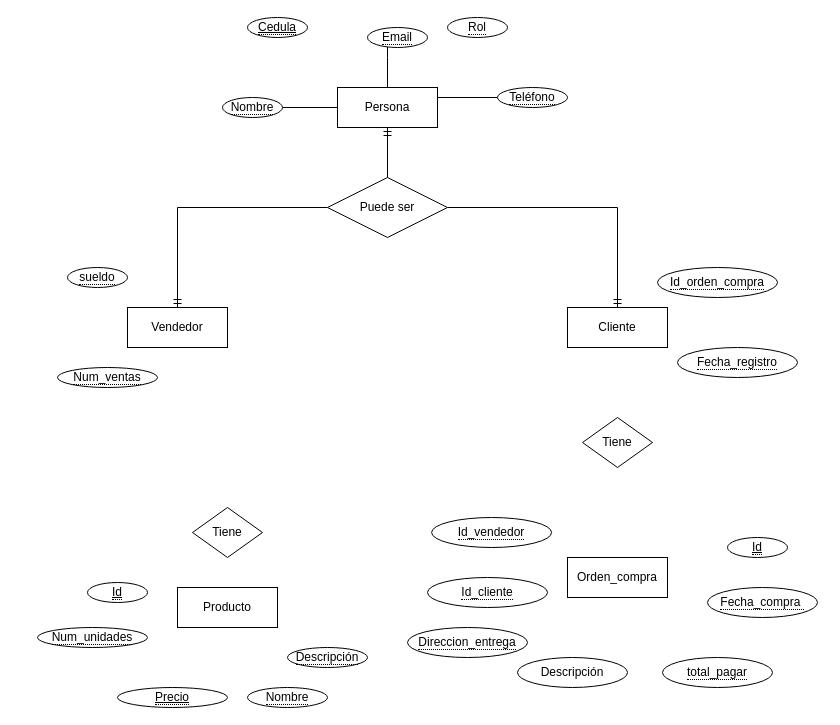
Before: Diagrama sin título.drawio in leonyudithk/Bakery-Shop, a draw.io diagram. Source tidied: cells renumbered, new cells numbered last; positions are measured from the earlier drawing's top-left corner, leaving out a move shared by most shapes. Both pictures are drawn from the tidied source at 100%, with x=0, y=0 at pixel (37, 17).
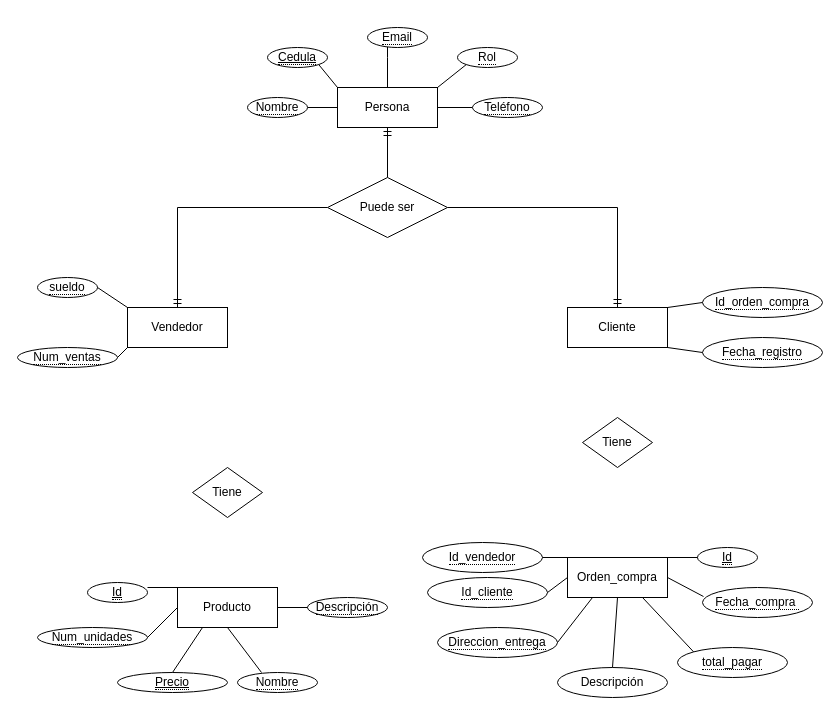
Above is the later version.

The change refers to these unchanged cells:
```xml
<mxCell id="2" value="Persona" style="whiteSpace=wrap;html=1;align=center;" parent="1" vertex="1">
  <mxGeometry x="300" y="70" width="100" height="40" as="geometry" />
</mxCell>
<mxCell id="3" value="Vendedor" style="whiteSpace=wrap;html=1;align=center;" parent="1" vertex="1">
  <mxGeometry x="90" y="290" width="100" height="40" as="geometry" />
</mxCell>
<mxCell id="4" value="Producto" style="whiteSpace=wrap;html=1;align=center;" parent="1" vertex="1">
  <mxGeometry x="140" y="570" width="100" height="40" as="geometry" />
</mxCell>
<mxCell id="5" value="Orden_compra" style="whiteSpace=wrap;html=1;align=center;" parent="1" vertex="1">
  <mxGeometry x="530" y="540" width="100" height="40" as="geometry" />
</mxCell>
<mxCell id="10" value="Cliente" style="whiteSpace=wrap;html=1;align=center;" parent="1" vertex="1">
  <mxGeometry x="530" y="290" width="100" height="40" as="geometry" />
</mxCell>
<mxCell id="29" value="&lt;span style=&quot;border-bottom: 1px dotted&quot;&gt;Id_cliente&lt;/span&gt;" style="ellipse;whiteSpace=wrap;html=1;align=center;rotation=0;" parent="1" vertex="1">
  <mxGeometry x="390" y="560" width="120" height="30" as="geometry" />
</mxCell>
<mxCell id="32" value="&lt;span style=&quot;border-bottom: 1px dotted&quot;&gt;Num_unidades&lt;/span&gt;" style="ellipse;whiteSpace=wrap;html=1;align=center;rotation=0;" parent="1" vertex="1">
  <mxGeometry y="610" width="110" height="20" as="geometry" />
</mxCell>
```

Diff of the diagram source:
```diff
@@
     <mxCell id="12" value="&lt;span style=&quot;border-bottom: 1px dotted&quot;&gt;Nombre&lt;/span&gt;" style="ellipse;whiteSpace=wrap;html=1;align=center;rotation=0;" parent="1" vertex="1">
-      <mxGeometry x="185" y="80" width="60" height="20" as="geometry" />
+      <mxGeometry x="210" y="80" width="60" height="20" as="geometry" />
     </mxCell>
@@
-    <mxCell id="15" style="edgeStyle=orthogonalEdgeStyle;rounded=0;jettySize=auto;html=1;entryX=1;entryY=1;entryDx=0;entryDy=0;endArrow=none;endFill=0;" parent="1" edge="1" source="16" target="2">
+    <mxCell id="15" style="edgeStyle=orthogonalEdgeStyle;rounded=0;jettySize=auto;html=1;entryX=1;entryY=1;entryDx=0;entryDy=0;endArrow=none;endFill=0;exitX=0;exitY=0.5;exitDx=0;exitDy=0;" parent="1" edge="1" source="16" target="2">
       <mxGeometry relative="1" as="geometry">
         <Array as="points">
-          <mxPoint x="400" y="80" />
+          <mxPoint x="400" y="90" />
         </Array>
       </mxGeometry>
     </mxCell>
     <mxCell id="16" value="&lt;span style=&quot;border-bottom: 1px dotted&quot;&gt;Teléfono&lt;br&gt;&lt;/span&gt;" style="ellipse;whiteSpace=wrap;html=1;align=center;rotation=0;" parent="1" vertex="1">
-      <mxGeometry x="460" y="70" width="70" height="20" as="geometry" />
+      <mxGeometry x="435" y="80" width="70" height="20" as="geometry" />
     </mxCell>
     <mxCell id="17" value="Tiene" style="rhombus;whiteSpace=wrap;html=1;" parent="1" vertex="1">
-      <mxGeometry x="155" y="490" width="70" height="50" as="geometry" />
+      <mxGeometry x="155" y="450" width="70" height="50" as="geometry" />
     </mxCell>
@@
     <mxCell id="19" value="&lt;span style=&quot;border-bottom: 1px dotted&quot;&gt;&lt;u&gt;Cedula&lt;/u&gt;&lt;/span&gt;" style="ellipse;whiteSpace=wrap;html=1;align=center;rotation=0;" parent="1" vertex="1">
-      <mxGeometry x="210" width="60" height="20" as="geometry" />
+      <mxGeometry x="230" y="30" width="60" height="20" as="geometry" />
     </mxCell>
     <mxCell id="20" value="&lt;span style=&quot;border-bottom: 1px dotted&quot;&gt;Rol&lt;/span&gt;" style="ellipse;whiteSpace=wrap;html=1;align=center;rotation=0;" parent="1" vertex="1">
-      <mxGeometry x="410" width="60" height="20" as="geometry" />
+      <mxGeometry x="420" y="30" width="60" height="20" as="geometry" />
     </mxCell>
     <mxCell id="21" value="&lt;span style=&quot;border-bottom: 1px dotted&quot;&gt;sueldo&lt;/span&gt;" style="ellipse;whiteSpace=wrap;html=1;align=center;rotation=0;" parent="1" vertex="1">
-      <mxGeometry x="30" y="250" width="60" height="20" as="geometry" />
+      <mxGeometry y="260" width="60" height="20" as="geometry" />
     </mxCell>
     <mxCell id="22" value="&lt;span style=&quot;border-bottom: 1px dotted&quot;&gt;Num_ventas&lt;/span&gt;" style="ellipse;whiteSpace=wrap;html=1;align=center;rotation=0;" parent="1" vertex="1">
-      <mxGeometry x="20" y="350" width="100" height="20" as="geometry" />
+      <mxGeometry x="-20" y="330" width="100" height="20" as="geometry" />
     </mxCell>
     <mxCell id="23" value="&lt;span style=&quot;border-bottom: 1px dotted&quot;&gt;Id_orden_compra&lt;/span&gt;" style="ellipse;whiteSpace=wrap;html=1;align=center;rotation=0;" parent="1" vertex="1">
-      <mxGeometry x="620" y="250" width="120" height="30" as="geometry" />
+      <mxGeometry x="665" y="270" width="120" height="30" as="geometry" />
     </mxCell>
     <mxCell id="24" value="&lt;span style=&quot;border-bottom: 1px dotted&quot;&gt;Fecha_registro&lt;/span&gt;" style="ellipse;whiteSpace=wrap;html=1;align=center;rotation=0;" parent="1" vertex="1">
-      <mxGeometry x="640" y="330" width="120" height="30" as="geometry" />
+      <mxGeometry x="665" y="320" width="120" height="30" as="geometry" />
     </mxCell>
     <mxCell id="25" value="&lt;span style=&quot;border-bottom: 1px dotted&quot;&gt;&lt;u&gt;Id&lt;/u&gt;&lt;/span&gt;" style="ellipse;whiteSpace=wrap;html=1;align=center;rotation=0;" parent="1" vertex="1">
-      <mxGeometry x="690" y="520" width="60" height="20" as="geometry" />
+      <mxGeometry x="660" y="530" width="60" height="20" as="geometry" />
     </mxCell>
     <mxCell id="26" value="&lt;span style=&quot;border-bottom: 1px dotted&quot;&gt;Fecha_compra&amp;nbsp;&lt;/span&gt;" style="ellipse;whiteSpace=wrap;html=1;align=center;rotation=0;" parent="1" vertex="1">
-      <mxGeometry x="670" y="570" width="110" height="30" as="geometry" />
+      <mxGeometry x="665" y="570" width="110" height="30" as="geometry" />
     </mxCell>
     <mxCell id="27" value="&lt;span style=&quot;border-bottom: 1px dotted&quot;&gt;total_pagar&lt;/span&gt;" style="ellipse;whiteSpace=wrap;html=1;align=center;rotation=0;" parent="1" vertex="1">
-      <mxGeometry x="625" y="640" width="110" height="30" as="geometry" />
+      <mxGeometry x="640" y="630" width="110" height="30" as="geometry" />
     </mxCell>
     <mxCell id="28" value="Descripción" style="ellipse;whiteSpace=wrap;html=1;align=center;rotation=0;" parent="1" vertex="1">
-      <mxGeometry x="480" y="640" width="110" height="30" as="geometry" />
+      <mxGeometry x="520" y="650" width="110" height="30" as="geometry" />
     </mxCell>
@@
     <mxCell id="30" value="&lt;span style=&quot;border-bottom: 1px dotted&quot;&gt;Id_vendedor&lt;/span&gt;" style="ellipse;whiteSpace=wrap;html=1;align=center;rotation=0;" parent="1" vertex="1">
-      <mxGeometry x="394.1" y="500" width="120" height="30" as="geometry" />
+      <mxGeometry x="385" y="525" width="120" height="30" as="geometry" />
     </mxCell>
@@
     <mxCell id="33" value="&lt;span style=&quot;border-bottom: 1px dotted&quot;&gt;&lt;u&gt;Precio&lt;/u&gt;&lt;/span&gt;" style="ellipse;whiteSpace=wrap;html=1;align=center;rotation=0;" parent="1" vertex="1">
-      <mxGeometry x="80" y="670" width="110" height="20" as="geometry" />
+      <mxGeometry x="80" y="655" width="110" height="20" as="geometry" />
     </mxCell>
     <mxCell id="34" value="&lt;span style=&quot;border-bottom: 1px dotted&quot;&gt;Nombre&lt;/span&gt;" style="ellipse;whiteSpace=wrap;html=1;align=center;rotation=0;" parent="1" vertex="1">
-      <mxGeometry x="210" y="670" width="80" height="20" as="geometry" />
+      <mxGeometry x="200" y="655" width="80" height="20" as="geometry" />
     </mxCell>
     <mxCell id="35" value="&lt;span style=&quot;border-bottom: 1px dotted&quot;&gt;Descripción&lt;/span&gt;" style="ellipse;whiteSpace=wrap;html=1;align=center;rotation=0;" parent="1" vertex="1">
-      <mxGeometry x="250" y="630" width="80" height="20" as="geometry" />
+      <mxGeometry x="270" y="580" width="80" height="20" as="geometry" />
     </mxCell>
     <mxCell id="36" value="&lt;span style=&quot;border-bottom: 1px dotted&quot;&gt;Direccion_entrega&lt;/span&gt;" style="ellipse;whiteSpace=wrap;html=1;align=center;rotation=0;" parent="1" vertex="1">
-      <mxGeometry x="370" y="610" width="120" height="30" as="geometry" />
+      <mxGeometry x="400" y="610" width="120" height="30" as="geometry" />
     </mxCell>
+    <mxCell id="37" style="endArrow=none;html=1;rounded=0;exitX=1;exitY=0.5;exitDx=0;exitDy=0;entryX=0;entryY=0;entryDx=0;entryDy=0;" parent="1" edge="1" source="30" target="5">
+      <mxGeometry relative="1" as="geometry" />
+    </mxCell>
+    <mxCell id="38" style="endArrow=none;html=1;rounded=0;exitX=1;exitY=0.5;exitDx=0;exitDy=0;entryX=0;entryY=0.5;entryDx=0;entryDy=0;" parent="1" edge="1" source="29" target="5">
+      <mxGeometry relative="1" as="geometry" />
+    </mxCell>
+    <mxCell id="39" style="endArrow=none;html=1;rounded=0;exitX=1;exitY=0.5;exitDx=0;exitDy=0;entryX=0.25;entryY=1;entryDx=0;entryDy=0;" parent="1" edge="1" source="36" target="5">
+      <mxGeometry relative="1" as="geometry" />
+    </mxCell>
+    <mxCell id="40" style="endArrow=none;html=1;rounded=0;exitX=0.5;exitY=0;exitDx=0;exitDy=0;entryX=0.5;entryY=1;entryDx=0;entryDy=0;" parent="1" edge="1" source="28" target="5">
+      <mxGeometry relative="1" as="geometry" />
+    </mxCell>
+    <mxCell id="41" style="endArrow=none;html=1;rounded=0;exitX=0;exitY=0;exitDx=0;exitDy=0;entryX=0.75;entryY=1;entryDx=0;entryDy=0;" parent="1" edge="1" source="27" target="5">
+      <mxGeometry relative="1" as="geometry" />
+    </mxCell>
+    <mxCell id="42" style="endArrow=none;html=1;rounded=0;exitX=1;exitY=0.5;exitDx=0;exitDy=0;entryX=0.009;entryY=0.3;entryDx=0;entryDy=0;entryPerimeter=0;" parent="1" edge="1" source="5" target="26">
+      <mxGeometry relative="1" as="geometry" />
+    </mxCell>
+    <mxCell id="43" style="endArrow=none;html=1;rounded=0;exitX=1;exitY=0;exitDx=0;exitDy=0;entryX=0;entryY=0.5;entryDx=0;entryDy=0;" parent="1" edge="1" source="5" target="25">
+      <mxGeometry relative="1" as="geometry" />
+    </mxCell>
+    <mxCell id="44" style="endArrow=none;html=1;rounded=0;entryX=0;entryY=0;entryDx=0;entryDy=0;" parent="1" edge="1" target="4">
+      <mxGeometry relative="1" as="geometry">
+        <mxPoint x="110" y="570" as="sourcePoint" />
+      </mxGeometry>
+    </mxCell>
+    <mxCell id="45" style="endArrow=none;html=1;rounded=0;exitX=1;exitY=0.5;exitDx=0;exitDy=0;entryX=0;entryY=0.5;entryDx=0;entryDy=0;" parent="1" edge="1" source="32" target="4">
+      <mxGeometry relative="1" as="geometry" />
+    </mxCell>
+    <mxCell id="46" style="endArrow=none;html=1;rounded=0;exitX=0.5;exitY=0;exitDx=0;exitDy=0;entryX=0.25;entryY=1;entryDx=0;entryDy=0;" parent="1" edge="1" source="33" target="4">
+      <mxGeometry relative="1" as="geometry" />
+    </mxCell>
+    <mxCell id="47" style="endArrow=none;html=1;rounded=0;exitX=0.5;exitY=1;exitDx=0;exitDy=0;entryX=0.3;entryY=0;entryDx=0;entryDy=0;entryPerimeter=0;" parent="1" edge="1" source="4" target="34">
+      <mxGeometry relative="1" as="geometry" />
+    </mxCell>
+    <mxCell id="48" style="endArrow=none;html=1;rounded=0;exitX=1;exitY=0.5;exitDx=0;exitDy=0;entryX=0;entryY=0.5;entryDx=0;entryDy=0;" parent="1" edge="1" source="4" target="35">
+      <mxGeometry relative="1" as="geometry" />
+    </mxCell>
+    <mxCell id="49" style="endArrow=none;html=1;rounded=0;exitX=1;exitY=1;exitDx=0;exitDy=0;entryX=0;entryY=0;entryDx=0;entryDy=0;" parent="1" edge="1" source="19" target="2">
+      <mxGeometry relative="1" as="geometry" />
+    </mxCell>
+    <mxCell id="50" style="endArrow=none;html=1;rounded=0;exitX=1;exitY=0;exitDx=0;exitDy=0;entryX=0;entryY=1;entryDx=0;entryDy=0;" parent="1" edge="1" source="2" target="20">
+      <mxGeometry relative="1" as="geometry" />
+    </mxCell>
+    <mxCell id="51" style="endArrow=none;html=1;rounded=0;exitX=1;exitY=0.5;exitDx=0;exitDy=0;entryX=0;entryY=0;entryDx=0;entryDy=0;" parent="1" edge="1" source="21" target="3">
+      <mxGeometry relative="1" as="geometry" />
+    </mxCell>
+    <mxCell id="52" style="endArrow=none;html=1;rounded=0;exitX=1;exitY=0.5;exitDx=0;exitDy=0;entryX=0;entryY=1;entryDx=0;entryDy=0;" parent="1" edge="1" source="22" target="3">
+      <mxGeometry relative="1" as="geometry" />
+    </mxCell>
+    <mxCell id="53" style="endArrow=none;html=1;rounded=0;exitX=1;exitY=0;exitDx=0;exitDy=0;entryX=0;entryY=0.5;entryDx=0;entryDy=0;" parent="1" edge="1" source="10" target="23">
+      <mxGeometry relative="1" as="geometry" />
+    </mxCell>
+    <mxCell id="54" style="endArrow=none;html=1;rounded=0;exitX=1;exitY=1;exitDx=0;exitDy=0;entryX=0;entryY=0.5;entryDx=0;entryDy=0;" parent="1" edge="1" source="10" target="24">
+      <mxGeometry relative="1" as="geometry" />
+    </mxCell>
```
